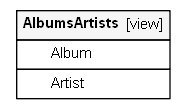
The Graphviz diagram sample/diagrams/orphans/AlbumsArtists.1degree.png in schemaspy/schemaspy.github.io, before a commit. Its source is kept beside it as sample/diagrams/orphans/AlbumsArtists.1degree.dot.
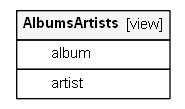
The same diagram one commit later.

Change to the diagram source:
```diff
@@ -20,8 +20,8 @@
    label=<
     <TABLE BORDER="0" CELLBORDER="1" CELLSPACING="0" BGCOLOR="#ffffff">
       <TR><TD COLSPAN="3"  BGCOLOR="#f5f5f5"><TABLE BORDER="0" CELLSPACING="0"><TR><TD ALIGN="LEFT"><B>AlbumsArtists</B></TD><TD ALIGN="RIGHT">[view]</TD></TR></TABLE></TD></TR>
-      <TR><TD PORT="Album" COLSPAN="3" ALIGN="LEFT"><TABLE BORDER="0" CELLSPACING="0" ALIGN="LEFT"><TR ALIGN="LEFT"><TD ALIGN="LEFT" FIXEDSIZE="TRUE" WIDTH="15" HEIGHT="16"></TD><TD ALIGN="LEFT" FIXEDSIZE="TRUE" WIDTH="82" HEIGHT="16">Album</TD></TR></TABLE></TD></TR>
-      <TR><TD PORT="Artist" COLSPAN="3" ALIGN="LEFT"><TABLE BORDER="0" CELLSPACING="0" ALIGN="LEFT"><TR ALIGN="LEFT"><TD ALIGN="LEFT" FIXEDSIZE="TRUE" WIDTH="15" HEIGHT="16"></TD><TD ALIGN="LEFT" FIXEDSIZE="TRUE" WIDTH="82" HEIGHT="16">Artist</TD></TR></TABLE></TD></TR>
+      <TR><TD PORT="album" COLSPAN="3" ALIGN="LEFT"><TABLE BORDER="0" CELLSPACING="0" ALIGN="LEFT"><TR ALIGN="LEFT"><TD ALIGN="LEFT" FIXEDSIZE="TRUE" WIDTH="15" HEIGHT="16"></TD><TD ALIGN="LEFT" FIXEDSIZE="TRUE" WIDTH="82" HEIGHT="16">album</TD></TR></TABLE></TD></TR>
+      <TR><TD PORT="artist" COLSPAN="3" ALIGN="LEFT"><TABLE BORDER="0" CELLSPACING="0" ALIGN="LEFT"><TR ALIGN="LEFT"><TD ALIGN="LEFT" FIXEDSIZE="TRUE" WIDTH="15" HEIGHT="16"></TD><TD ALIGN="LEFT" FIXEDSIZE="TRUE" WIDTH="82" HEIGHT="16">artist</TD></TR></TABLE></TD></TR>
     </TABLE>>
     URL="tables/AlbumsArtists.html"
     tooltip="AlbumsArtists"
```
